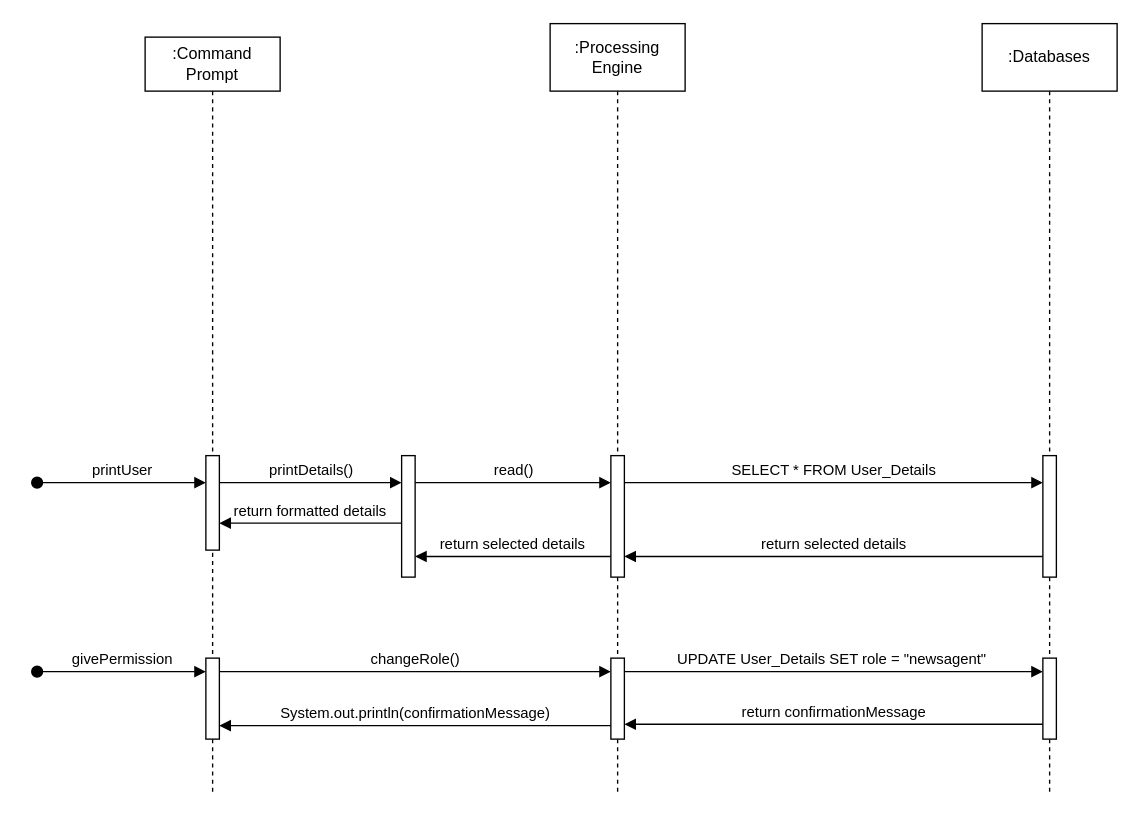
The draw.io diagram page "Invoice" (7 of 7) of Architecture/sequence_diagram.drawio in NataliaPalej/Newsagent-Project, before the edit. Source tidied: cells renumbered, new cells numbered last; positions are measured from the earlier drawing's top-left corner, leaving out a move shared by most shapes. Both pictures are drawn from the tidied source at 135%, with x=0, y=0 at pixel (36, 23).
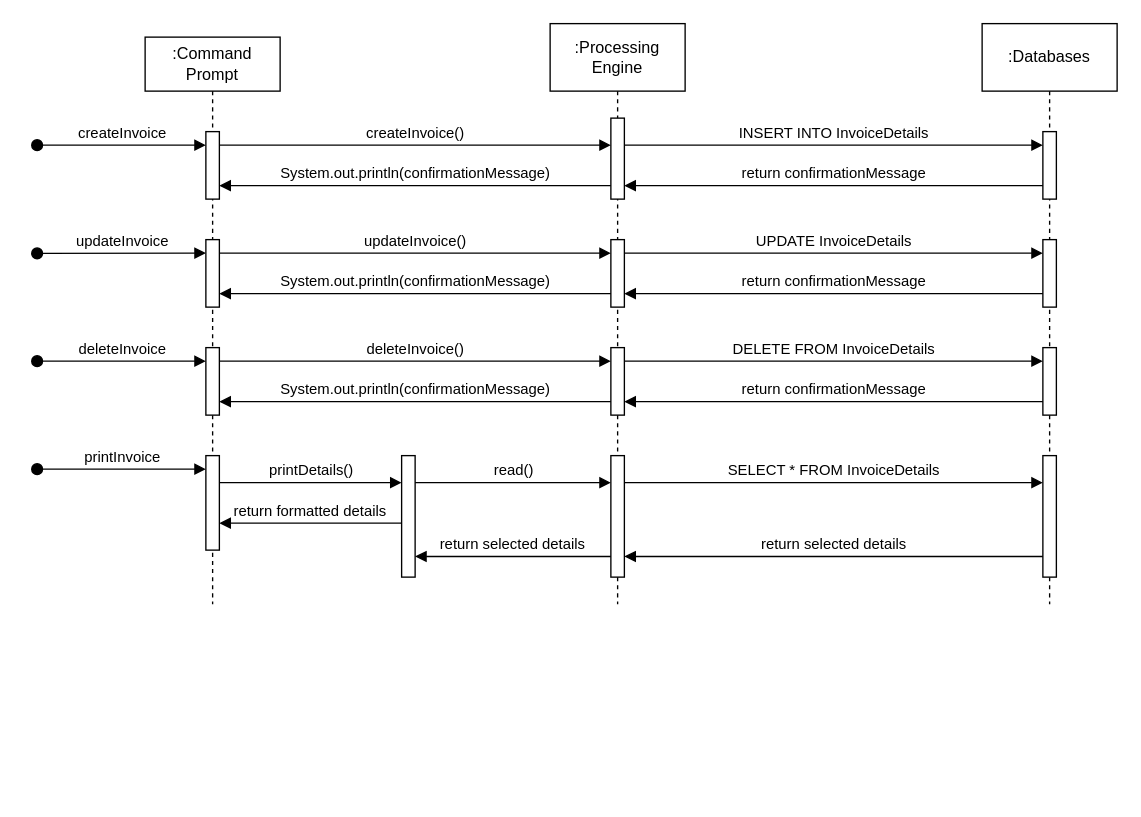
The same page after the edit.

Unchanged cells that the change refers to:
```xml
<mxCell id="3" style="html=1;points=[];perimeter=orthogonalPerimeter;outlineConnect=0;targetShapes=umlLifeline;portConstraint=eastwest;newEdgeStyle={&quot;edgeStyle&quot;:&quot;elbowEdgeStyle&quot;,&quot;elbow&quot;:&quot;vertical&quot;,&quot;curved&quot;:0,&quot;rounded&quot;:0};" parent="2" vertex="1">
  <mxGeometry x="45" y="310" width="10" height="70" as="geometry" />
</mxCell>
```

Diff of the diagram source:
```diff
@@
     <mxCell id="2" value=":Command Prompt" style="shape=umlLifeline;perimeter=lifelinePerimeter;whiteSpace=wrap;html=1;newEdgeStyle={&quot;edgeStyle&quot;:&quot;elbowEdgeStyle&quot;,&quot;elbow&quot;:&quot;vertical&quot;,&quot;curved&quot;:0,&quot;rounded&quot;:0};" parent="1" vertex="1">
-      <mxGeometry x="80" y="10" width="100" height="560" as="geometry" />
+      <mxGeometry x="80" y="10" width="100" height="420" as="geometry" />
     </mxCell>
+    <mxCell id="24" style="html=1;points=[];perimeter=orthogonalPerimeter;outlineConnect=0;targetShapes=umlLifeline;portConstraint=eastwest;newEdgeStyle={&quot;edgeStyle&quot;:&quot;elbowEdgeStyle&quot;,&quot;elbow&quot;:&quot;vertical&quot;,&quot;curved&quot;:0,&quot;rounded&quot;:0};" parent="2" vertex="1">
+      <mxGeometry x="45" y="70" width="10" height="50" as="geometry" />
+    </mxCell>
+    <mxCell id="25" value="createInvoice" style="html=1;verticalAlign=bottom;startArrow=oval;endArrow=block;startSize=8;edgeStyle=elbowEdgeStyle;elbow=vertical;curved=0;rounded=0;" parent="2" edge="1">
+      <mxGeometry relative="1" as="geometry">
+        <mxPoint x="-80" y="80" as="sourcePoint" />
+        <mxPoint x="45" y="80" as="targetPoint" />
+      </mxGeometry>
+    </mxCell>
+    <mxCell id="26" style="html=1;points=[];perimeter=orthogonalPerimeter;outlineConnect=0;targetShapes=umlLifeline;portConstraint=eastwest;newEdgeStyle={&quot;edgeStyle&quot;:&quot;elbowEdgeStyle&quot;,&quot;elbow&quot;:&quot;vertical&quot;,&quot;curved&quot;:0,&quot;rounded&quot;:0};" parent="2" vertex="1">
+      <mxGeometry x="45" y="150" width="10" height="50" as="geometry" />
+    </mxCell>
+    <mxCell id="27" style="html=1;points=[];perimeter=orthogonalPerimeter;outlineConnect=0;targetShapes=umlLifeline;portConstraint=eastwest;newEdgeStyle={&quot;edgeStyle&quot;:&quot;elbowEdgeStyle&quot;,&quot;elbow&quot;:&quot;vertical&quot;,&quot;curved&quot;:0,&quot;rounded&quot;:0};" parent="2" vertex="1">
+      <mxGeometry x="45" y="230" width="10" height="50" as="geometry" />
+    </mxCell>
@@
-    <mxCell id="4" style="html=1;points=[];perimeter=orthogonalPerimeter;outlineConnect=0;targetShapes=umlLifeline;portConstraint=eastwest;newEdgeStyle={&quot;edgeStyle&quot;:&quot;elbowEdgeStyle&quot;,&quot;elbow&quot;:&quot;vertical&quot;,&quot;curved&quot;:0,&quot;rounded&quot;:0};" parent="2" vertex="1">
-      <mxGeometry x="45" y="460" width="10" height="60" as="geometry" />
-    </mxCell>
     <mxCell id="5" value=":Processing Engine" style="shape=umlLifeline;perimeter=lifelinePerimeter;whiteSpace=wrap;html=1;newEdgeStyle={&quot;edgeStyle&quot;:&quot;elbowEdgeStyle&quot;,&quot;elbow&quot;:&quot;vertical&quot;,&quot;curved&quot;:0,&quot;rounded&quot;:0};size=50;" parent="1" vertex="1">
-      <mxGeometry x="380" width="100" height="570" as="geometry" />
+      <mxGeometry x="380" width="100" height="430" as="geometry" />
     </mxCell>
-    <mxCell id="6" style="html=1;points=[];perimeter=orthogonalPerimeter;outlineConnect=0;targetShapes=umlLifeline;portConstraint=eastwest;newEdgeStyle={&quot;edgeStyle&quot;:&quot;elbowEdgeStyle&quot;,&quot;elbow&quot;:&quot;vertical&quot;,&quot;curved&quot;:0,&quot;rounded&quot;:0};" parent="5" vertex="1">
-      <mxGeometry x="45" y="320" width="10" height="90" as="geometry" />
-    </mxCell>
-    <mxCell id="7" style="html=1;points=[];perimeter=orthogonalPerimeter;outlineConnect=0;targetShapes=umlLifeline;portConstraint=eastwest;newEdgeStyle={&quot;edgeStyle&quot;:&quot;elbowEdgeStyle&quot;,&quot;elbow&quot;:&quot;vertical&quot;,&quot;curved&quot;:0,&quot;rounded&quot;:0};" parent="5" vertex="1">
-      <mxGeometry x="45" y="470" width="10" height="60" as="geometry" />
-    </mxCell>
+    <mxCell id="28" style="html=1;points=[];perimeter=orthogonalPerimeter;outlineConnect=0;targetShapes=umlLifeline;portConstraint=eastwest;newEdgeStyle={&quot;edgeStyle&quot;:&quot;elbowEdgeStyle&quot;,&quot;elbow&quot;:&quot;vertical&quot;,&quot;curved&quot;:0,&quot;rounded&quot;:0};" parent="5" vertex="1">
+      <mxGeometry x="45" y="70" width="10" height="60" as="geometry" />
+    </mxCell>
+    <mxCell id="29" style="html=1;points=[];perimeter=orthogonalPerimeter;outlineConnect=0;targetShapes=umlLifeline;portConstraint=eastwest;newEdgeStyle={&quot;edgeStyle&quot;:&quot;elbowEdgeStyle&quot;,&quot;elbow&quot;:&quot;vertical&quot;,&quot;curved&quot;:0,&quot;rounded&quot;:0};" parent="5" vertex="1">
+      <mxGeometry x="45" y="160" width="10" height="50" as="geometry" />
+    </mxCell>
+    <mxCell id="30" style="html=1;points=[];perimeter=orthogonalPerimeter;outlineConnect=0;targetShapes=umlLifeline;portConstraint=eastwest;newEdgeStyle={&quot;edgeStyle&quot;:&quot;elbowEdgeStyle&quot;,&quot;elbow&quot;:&quot;vertical&quot;,&quot;curved&quot;:0,&quot;rounded&quot;:0};" parent="5" vertex="1">
+      <mxGeometry x="45" y="240" width="10" height="50" as="geometry" />
+    </mxCell>
+    <mxCell id="31" style="html=1;points=[];perimeter=orthogonalPerimeter;outlineConnect=0;targetShapes=umlLifeline;portConstraint=eastwest;newEdgeStyle={&quot;edgeStyle&quot;:&quot;elbowEdgeStyle&quot;,&quot;elbow&quot;:&quot;vertical&quot;,&quot;curved&quot;:0,&quot;rounded&quot;:0};" parent="5" vertex="1">
+      <mxGeometry x="45" y="320" width="10" height="90" as="geometry" />
+    </mxCell>
+    <mxCell id="32" value="createInvoice()" style="html=1;verticalAlign=bottom;endArrow=block;edgeStyle=elbowEdgeStyle;elbow=vertical;curved=0;rounded=0;" parent="1" edge="1" source="24" target="28">
+      <mxGeometry relative="1" as="geometry">
+        <Array as="points">
+          <mxPoint x="220" y="90" />
+        </Array>
+      </mxGeometry>
+    </mxCell>
     <mxCell id="8" value=":Databases" style="shape=umlLifeline;perimeter=lifelinePerimeter;whiteSpace=wrap;html=1;newEdgeStyle={&quot;edgeStyle&quot;:&quot;elbowEdgeStyle&quot;,&quot;elbow&quot;:&quot;vertical&quot;,&quot;curved&quot;:0,&quot;rounded&quot;:0};size=50;" parent="1" vertex="1">
-      <mxGeometry x="700" width="100" height="570" as="geometry" />
+      <mxGeometry x="700" width="100" height="430" as="geometry" />
     </mxCell>
-    <mxCell id="9" style="html=1;points=[];perimeter=orthogonalPerimeter;outlineConnect=0;targetShapes=umlLifeline;portConstraint=eastwest;newEdgeStyle={&quot;edgeStyle&quot;:&quot;elbowEdgeStyle&quot;,&quot;elbow&quot;:&quot;vertical&quot;,&quot;curved&quot;:0,&quot;rounded&quot;:0};" parent="8" vertex="1">
-      <mxGeometry x="45" y="320" width="10" height="90" as="geometry" />
-    </mxCell>
-    <mxCell id="10" style="html=1;points=[];perimeter=orthogonalPerimeter;outlineConnect=0;targetShapes=umlLifeline;portConstraint=eastwest;newEdgeStyle={&quot;edgeStyle&quot;:&quot;elbowEdgeStyle&quot;,&quot;elbow&quot;:&quot;vertical&quot;,&quot;curved&quot;:0,&quot;rounded&quot;:0};" parent="8" vertex="1">
-      <mxGeometry x="45" y="470" width="10" height="60" as="geometry" />
-    </mxCell>
-    <mxCell id="11" value="printUser" style="html=1;verticalAlign=bottom;startArrow=oval;endArrow=block;startSize=8;edgeStyle=elbowEdgeStyle;elbow=vertical;curved=0;rounded=0;" parent="1" edge="1">
-      <mxGeometry relative="1" as="geometry">
-        <mxPoint y="340" as="sourcePoint" />
-        <mxPoint x="125" y="340" as="targetPoint" />
-      </mxGeometry>
-    </mxCell>
-    <mxCell id="12" value="SELECT * FROM User_Details" style="html=1;verticalAlign=bottom;endArrow=block;edgeStyle=elbowEdgeStyle;elbow=vertical;curved=0;rounded=0;" parent="1" edge="1" source="6" target="9">
-      <mxGeometry relative="1" as="geometry">
-        <Array as="points">
-          <mxPoint x="550" y="340" />
-        </Array>
-      </mxGeometry>
-    </mxCell>
-    <mxCell id="13" style="html=1;points=[];perimeter=orthogonalPerimeter;outlineConnect=0;targetShapes=umlLifeline;portConstraint=eastwest;newEdgeStyle={&quot;edgeStyle&quot;:&quot;elbowEdgeStyle&quot;,&quot;elbow&quot;:&quot;vertical&quot;,&quot;curved&quot;:0,&quot;rounded&quot;:0};" parent="1" vertex="1">
-      <mxGeometry x="270" y="320" width="10" height="90" as="geometry" />
-    </mxCell>
+    <mxCell id="33" style="html=1;points=[];perimeter=orthogonalPerimeter;outlineConnect=0;targetShapes=umlLifeline;portConstraint=eastwest;newEdgeStyle={&quot;edgeStyle&quot;:&quot;elbowEdgeStyle&quot;,&quot;elbow&quot;:&quot;vertical&quot;,&quot;curved&quot;:0,&quot;rounded&quot;:0};" parent="8" vertex="1">
+      <mxGeometry x="45" y="80" width="10" height="50" as="geometry" />
+    </mxCell>
+    <mxCell id="34" style="html=1;points=[];perimeter=orthogonalPerimeter;outlineConnect=0;targetShapes=umlLifeline;portConstraint=eastwest;newEdgeStyle={&quot;edgeStyle&quot;:&quot;elbowEdgeStyle&quot;,&quot;elbow&quot;:&quot;vertical&quot;,&quot;curved&quot;:0,&quot;rounded&quot;:0};" parent="8" vertex="1">
+      <mxGeometry x="45" y="160" width="10" height="50" as="geometry" />
+    </mxCell>
+    <mxCell id="35" style="html=1;points=[];perimeter=orthogonalPerimeter;outlineConnect=0;targetShapes=umlLifeline;portConstraint=eastwest;newEdgeStyle={&quot;edgeStyle&quot;:&quot;elbowEdgeStyle&quot;,&quot;elbow&quot;:&quot;vertical&quot;,&quot;curved&quot;:0,&quot;rounded&quot;:0};" parent="8" vertex="1">
+      <mxGeometry x="45" y="240" width="10" height="50" as="geometry" />
+    </mxCell>
+    <mxCell id="36" style="html=1;points=[];perimeter=orthogonalPerimeter;outlineConnect=0;targetShapes=umlLifeline;portConstraint=eastwest;newEdgeStyle={&quot;edgeStyle&quot;:&quot;elbowEdgeStyle&quot;,&quot;elbow&quot;:&quot;vertical&quot;,&quot;curved&quot;:0,&quot;rounded&quot;:0};" parent="8" vertex="1">
+      <mxGeometry x="45" y="320" width="10" height="90" as="geometry" />
+    </mxCell>
+    <mxCell id="37" value="INSERT INTO InvoiceDetails" style="html=1;verticalAlign=bottom;endArrow=block;edgeStyle=elbowEdgeStyle;elbow=vertical;curved=0;rounded=0;" parent="1" edge="1" source="28" target="33">
+      <mxGeometry relative="1" as="geometry">
+        <Array as="points">
+          <mxPoint x="500" y="90" />
+        </Array>
+      </mxGeometry>
+    </mxCell>
+    <mxCell id="38" value="updateInvoice" style="html=1;verticalAlign=bottom;startArrow=oval;endArrow=block;startSize=8;edgeStyle=elbowEdgeStyle;elbow=vertical;curved=0;rounded=0;" parent="1" edge="1">
+      <mxGeometry relative="1" as="geometry">
+        <mxPoint y="170.2" as="sourcePoint" />
+        <mxPoint x="125" y="170.2" as="targetPoint" />
+      </mxGeometry>
+    </mxCell>
+    <mxCell id="39" value="updateInvoice()" style="html=1;verticalAlign=bottom;endArrow=block;edgeStyle=elbowEdgeStyle;elbow=vertical;curved=0;rounded=0;" parent="1" edge="1" source="26" target="29">
+      <mxGeometry relative="1" as="geometry">
+        <Array as="points">
+          <mxPoint x="225" y="170" />
+        </Array>
+      </mxGeometry>
+    </mxCell>
+    <mxCell id="40" value="UPDATE InvoiceDetails" style="html=1;verticalAlign=bottom;endArrow=block;edgeStyle=elbowEdgeStyle;elbow=vertical;curved=0;rounded=0;" parent="1" edge="1" source="29" target="34">
+      <mxGeometry relative="1" as="geometry">
+        <Array as="points">
+          <mxPoint x="500" y="170" />
+        </Array>
+      </mxGeometry>
+    </mxCell>
+    <mxCell id="41" value="deleteInvoice" style="html=1;verticalAlign=bottom;startArrow=oval;endArrow=block;startSize=8;edgeStyle=elbowEdgeStyle;elbow=vertical;curved=0;rounded=0;" parent="1" edge="1">
+      <mxGeometry relative="1" as="geometry">
+        <mxPoint y="250" as="sourcePoint" />
+        <mxPoint x="125" y="250" as="targetPoint" />
+      </mxGeometry>
+    </mxCell>
+    <mxCell id="42" value="deleteInvoice()" style="html=1;verticalAlign=bottom;endArrow=block;edgeStyle=elbowEdgeStyle;elbow=vertical;curved=0;rounded=0;" parent="1" edge="1" source="27" target="30">
+      <mxGeometry relative="1" as="geometry">
+        <Array as="points">
+          <mxPoint x="230" y="250" />
+        </Array>
+      </mxGeometry>
+    </mxCell>
+    <mxCell id="43" value="DELETE FROM InvoiceDetails" style="html=1;verticalAlign=bottom;endArrow=block;edgeStyle=elbowEdgeStyle;elbow=vertical;curved=0;rounded=0;" parent="1" edge="1" source="30" target="35">
+      <mxGeometry relative="1" as="geometry">
+        <Array as="points">
+          <mxPoint x="460" y="250" />
+        </Array>
+      </mxGeometry>
+    </mxCell>
+    <mxCell id="44" value="printInvoice" style="html=1;verticalAlign=bottom;startArrow=oval;endArrow=block;startSize=8;edgeStyle=elbowEdgeStyle;elbow=vertical;curved=0;rounded=0;" parent="1" edge="1">
+      <mxGeometry relative="1" as="geometry">
+        <mxPoint y="330" as="sourcePoint" />
+        <mxPoint x="125" y="330" as="targetPoint" />
+      </mxGeometry>
+    </mxCell>
+    <mxCell id="45" value="SELECT * FROM InvoiceDetails" style="html=1;verticalAlign=bottom;endArrow=block;edgeStyle=elbowEdgeStyle;elbow=vertical;curved=0;rounded=0;" parent="1" edge="1" source="31" target="36">
+      <mxGeometry relative="1" as="geometry">
+        <Array as="points">
+          <mxPoint x="550" y="340" />
+        </Array>
+      </mxGeometry>
+    </mxCell>
+    <mxCell id="46" style="html=1;points=[];perimeter=orthogonalPerimeter;outlineConnect=0;targetShapes=umlLifeline;portConstraint=eastwest;newEdgeStyle={&quot;edgeStyle&quot;:&quot;elbowEdgeStyle&quot;,&quot;elbow&quot;:&quot;vertical&quot;,&quot;curved&quot;:0,&quot;rounded&quot;:0};" parent="1" vertex="1">
+      <mxGeometry x="270" y="320" width="10" height="90" as="geometry" />
+    </mxCell>
-    <mxCell id="14" value="printDetails()" style="html=1;verticalAlign=bottom;endArrow=block;edgeStyle=elbowEdgeStyle;elbow=vertical;curved=0;rounded=0;" parent="1" edge="1" source="3" target="13">
+    <mxCell id="14" value="printDetails()" style="html=1;verticalAlign=bottom;endArrow=block;edgeStyle=elbowEdgeStyle;elbow=vertical;curved=0;rounded=0;" parent="1" edge="1" source="3" target="46">
       <mxGeometry relative="1" as="geometry">
         <Array as="points">
           <mxPoint x="190" y="340" />
         </Array>
       </mxGeometry>
     </mxCell>
-    <mxCell id="15" value="read()" style="html=1;verticalAlign=bottom;endArrow=block;edgeStyle=elbowEdgeStyle;elbow=vertical;curved=0;rounded=0;" parent="1" edge="1" source="13" target="6">
+    <mxCell id="15" value="read()" style="html=1;verticalAlign=bottom;endArrow=block;edgeStyle=elbowEdgeStyle;elbow=vertical;curved=0;rounded=0;" parent="1" edge="1" source="46" target="31">
       <mxGeometry relative="1" as="geometry">
         <Array as="points">
           <mxPoint x="330" y="340" />
         </Array>
       </mxGeometry>
     </mxCell>
-    <mxCell id="16" value="return selected details" style="html=1;verticalAlign=bottom;endArrow=block;edgeStyle=elbowEdgeStyle;elbow=vertical;curved=0;rounded=0;" parent="1" edge="1">
-      <mxGeometry relative="1" as="geometry">
-        <mxPoint x="745" y="394.7" as="sourcePoint" />
-        <mxPoint x="435" y="394.7" as="targetPoint" />
-        <Array as="points">
-          <mxPoint x="560.2" y="394.7" />
-        </Array>
-      </mxGeometry>
-    </mxCell>
-    <mxCell id="17" value="return selected details" style="html=1;verticalAlign=bottom;endArrow=block;edgeStyle=elbowEdgeStyle;elbow=vertical;curved=0;rounded=0;" parent="1" edge="1">
-      <mxGeometry relative="1" as="geometry">
-        <mxPoint x="425" y="394.7" as="sourcePoint" />
-        <mxPoint x="280" y="394.7" as="targetPoint" />
-        <Array as="points">
-          <mxPoint x="345.2" y="394.7" />
-        </Array>
-      </mxGeometry>
-    </mxCell>
+    <mxCell id="47" value="return selected details" style="html=1;verticalAlign=bottom;endArrow=block;edgeStyle=elbowEdgeStyle;elbow=vertical;curved=0;rounded=0;" parent="1" edge="1">
+      <mxGeometry relative="1" as="geometry">
+        <mxPoint x="745" y="394.7" as="sourcePoint" />
+        <mxPoint x="435" y="394.7" as="targetPoint" />
+        <Array as="points">
+          <mxPoint x="560.2" y="394.7" />
+        </Array>
+      </mxGeometry>
+    </mxCell>
+    <mxCell id="48" value="return selected details" style="html=1;verticalAlign=bottom;endArrow=block;edgeStyle=elbowEdgeStyle;elbow=vertical;curved=0;rounded=0;" parent="1" edge="1">
+      <mxGeometry relative="1" as="geometry">
+        <mxPoint x="425" y="394.7" as="sourcePoint" />
+        <mxPoint x="280" y="394.7" as="targetPoint" />
+        <Array as="points">
+          <mxPoint x="345.2" y="394.7" />
+        </Array>
+      </mxGeometry>
+    </mxCell>
@@
-    <mxCell id="19" value="givePermission" style="html=1;verticalAlign=bottom;startArrow=oval;endArrow=block;startSize=8;edgeStyle=elbowEdgeStyle;elbow=vertical;curved=0;rounded=0;" parent="1" edge="1">
-      <mxGeometry relative="1" as="geometry">
-        <mxPoint y="480" as="sourcePoint" />
-        <mxPoint x="125" y="480" as="targetPoint" />
-      </mxGeometry>
-    </mxCell>
-    <mxCell id="20" value="changeRole()" style="html=1;verticalAlign=bottom;endArrow=block;edgeStyle=elbowEdgeStyle;elbow=vertical;curved=0;rounded=0;" parent="1" edge="1" source="4" target="7">
-      <mxGeometry relative="1" as="geometry">
-        <Array as="points">
-          <mxPoint x="190" y="480" />
-        </Array>
-      </mxGeometry>
-    </mxCell>
-    <mxCell id="21" value="UPDATE User_Details SET role = &quot;newsagent&quot;&amp;nbsp;" style="html=1;verticalAlign=bottom;endArrow=block;edgeStyle=elbowEdgeStyle;elbow=vertical;curved=0;rounded=0;" parent="1" edge="1" source="7" target="10">
-      <mxGeometry relative="1" as="geometry">
-        <Array as="points">
-          <mxPoint x="505" y="480" />
-        </Array>
-      </mxGeometry>
-    </mxCell>
-    <mxCell id="22" value="return confirmationMessage" style="html=1;verticalAlign=bottom;endArrow=block;edgeStyle=elbowEdgeStyle;elbow=vertical;curved=0;rounded=0;" parent="1" edge="1" source="10" target="7">
-      <mxGeometry relative="1" as="geometry">
-        <Array as="points">
-          <mxPoint x="550.2" y="519" />
-        </Array>
-      </mxGeometry>
-    </mxCell>
-    <mxCell id="23" value="System.out.println(confirmationMessage)" style="html=1;verticalAlign=bottom;endArrow=block;edgeStyle=elbowEdgeStyle;elbow=vertical;curved=0;rounded=0;" parent="1" edge="1" source="7" target="4">
-      <mxGeometry relative="1" as="geometry">
-        <Array as="points">
-          <mxPoint x="175.2" y="520" />
-        </Array>
-      </mxGeometry>
-    </mxCell>
+    <mxCell id="49" value="return confirmationMessage" style="html=1;verticalAlign=bottom;endArrow=block;edgeStyle=elbowEdgeStyle;elbow=vertical;curved=0;rounded=0;" parent="1" edge="1" source="33" target="28">
+      <mxGeometry relative="1" as="geometry">
+        <Array as="points">
+          <mxPoint x="555.2" y="120" />
+        </Array>
+      </mxGeometry>
+    </mxCell>
+    <mxCell id="50" value="return confirmationMessage" style="html=1;verticalAlign=bottom;endArrow=block;edgeStyle=elbowEdgeStyle;elbow=vertical;curved=0;rounded=0;" parent="1" edge="1" source="35" target="30">
+      <mxGeometry relative="1" as="geometry">
+        <Array as="points">
+          <mxPoint x="555.2" y="280" />
+        </Array>
+      </mxGeometry>
+    </mxCell>
+    <mxCell id="51" value="System.out.println(confirmationMessage)" style="html=1;verticalAlign=bottom;endArrow=block;edgeStyle=elbowEdgeStyle;elbow=vertical;curved=0;rounded=0;" parent="1" edge="1" source="28" target="24">
+      <mxGeometry relative="1" as="geometry">
+        <Array as="points">
+          <mxPoint x="215.2" y="120" />
+        </Array>
+      </mxGeometry>
+    </mxCell>
+    <mxCell id="52" value="System.out.println(confirmationMessage)" style="html=1;verticalAlign=bottom;endArrow=block;edgeStyle=elbowEdgeStyle;elbow=vertical;curved=0;rounded=0;" parent="1" edge="1" source="29" target="26">
+      <mxGeometry relative="1" as="geometry">
+        <Array as="points">
+          <mxPoint x="210.2" y="200" />
+        </Array>
+      </mxGeometry>
+    </mxCell>
+    <mxCell id="53" value="System.out.println(confirmationMessage)" style="html=1;verticalAlign=bottom;endArrow=block;edgeStyle=elbowEdgeStyle;elbow=vertical;curved=0;rounded=0;" parent="1" edge="1" source="30" target="27">
+      <mxGeometry relative="1" as="geometry">
+        <Array as="points">
+          <mxPoint x="170.2" y="280" />
+        </Array>
+      </mxGeometry>
+    </mxCell>
+    <mxCell id="54" value="return confirmationMessage" style="html=1;verticalAlign=bottom;endArrow=block;edgeStyle=elbowEdgeStyle;elbow=vertical;curved=0;rounded=0;" parent="1" edge="1">
+      <mxGeometry relative="1" as="geometry">
+        <mxPoint x="745" y="200" as="sourcePoint" />
+        <mxPoint x="435" y="200" as="targetPoint" />
+        <Array as="points">
+          <mxPoint x="540.2" y="200" />
+        </Array>
+      </mxGeometry>
+    </mxCell>
```
